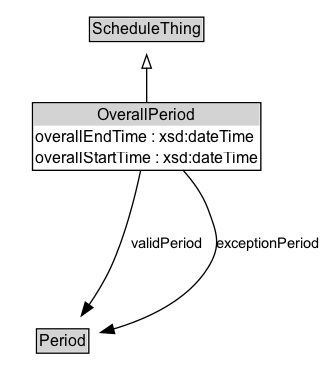
k-vaughn/ontology-its-time keeps this Graphviz diagram as docs/diagrams/OverallPeriod.dot.png. Above is the earlier version. Its source is kept beside it as docs/diagrams/OverallPeriod.dot.
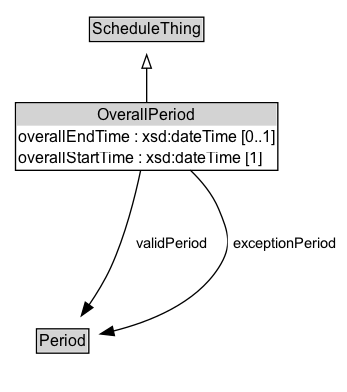
Above is the later version.

What changed in the source:
```diff
@@ -6,7 +6,7 @@
 		rank=source
 		ScheduleThing [label=<<TABLE BORDER="1" CELLBORDER="0" CELLSPACING="0" CELLPADDING="1"><TR><TD BGCOLOR="lightgray" ALIGN="CENTER">ScheduleThing</TD></TR></TABLE>> URL="../ScheduleThing" margin=0]
 	}
-	OverallPeriod [label=<<TABLE BORDER="1" CELLBORDER="0" CELLSPACING="0" CELLPADDING="1"><TR><TD BGCOLOR="lightgray" ALIGN="CENTER">OverallPeriod</TD></TR><TR><TD ALIGN="LEFT">overallEndTime : xsd:dateTime</TD></TR><TR><TD ALIGN="LEFT">overallStartTime : xsd:dateTime</TD></TR></TABLE>> URL="../OverallPeriod" margin=0]
+	OverallPeriod [label=<<TABLE BORDER="1" CELLBORDER="0" CELLSPACING="0" CELLPADDING="1"><TR><TD BGCOLOR="lightgray" ALIGN="CENTER">OverallPeriod</TD></TR><TR><TD ALIGN="LEFT">overallEndTime : xsd:dateTime [0..1]</TD></TR><TR><TD ALIGN="LEFT">overallStartTime : xsd:dateTime [1]</TD></TR></TABLE>> URL="../OverallPeriod" margin=0]
 	{
 		rank=max
 	}
@@ -19,6 +19,6 @@
 	OverallPeriod -> Invis [style=invis]
 	Invis -> Period [style=invis]
 	Period [label=<<TABLE BORDER="1" CELLBORDER="0" CELLSPACING="0" CELLPADDING="1"><TR><TD BGCOLOR="lightgray" ALIGN="CENTER">Period</TD></TR></TABLE>> URL="../Period" margin=0]
-	OverallPeriod -> Period [label=validPeriod arrowhead=normal style=solid]
-	OverallPeriod -> Period [label=exceptionPeriod arrowhead=normal style=solid]
+	OverallPeriod -> Period [label=<<TABLE BORDER="0" CELLBORDER="0" CELLSPACING="0" CELLPADDING="4" BGCOLOR="white"><TR><TD ALIGN="CENTER">validPeriod</TD></TR></TABLE>> arrowhead=normal style=solid]
+	OverallPeriod -> Period [label=<<TABLE BORDER="0" CELLBORDER="0" CELLSPACING="0" CELLPADDING="4" BGCOLOR="white"><TR><TD ALIGN="CENTER">exceptionPeriod</TD></TR></TABLE>> arrowhead=normal style=solid]
 }
```
